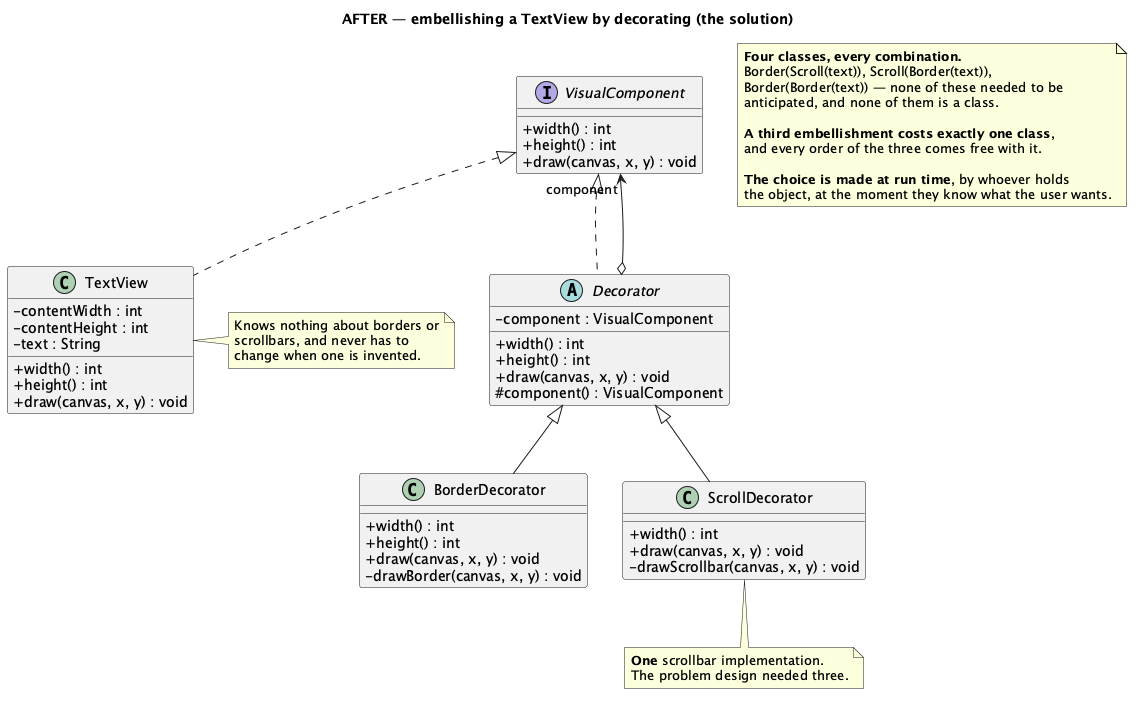
The PlantUML diagram src/main/java/dev/kaldiroglu/dp/structural/decorator/gof/visual/solution/uml/Decorator-Visual-Solution.png in kaldiroglu/DesignPatternsWithJava, before a commit. Its diagram source:
```plantuml
@startuml Decorator-Visual-Solution
skinparam classAttributeIconSize 0
title AFTER — embellishing a TextView by decorating (the solution)

interface VisualComponent {
  + width() : int
  + height() : int
  + draw(canvas, x, y) : void
}

class TextView {
  - contentWidth : int
  - contentHeight : int
  - text : String
  + width() : int
  + height() : int
  + draw(canvas, x, y) : void
}

abstract class Decorator {
  - component : VisualComponent
  + width() : int
  + height() : int
  + draw(canvas, x, y) : void
  # component() : VisualComponent
}

class BorderDecorator {
  + width() : int
  + height() : int
  + draw(canvas, x, y) : void
  - drawBorder(canvas, x, y) : void
}

class ScrollDecorator {
  + width() : int
  + draw(canvas, x, y) : void
  - drawScrollbar(canvas, x, y) : void
}

VisualComponent <|.. TextView
VisualComponent <|.. Decorator
Decorator o--> "component" VisualComponent
Decorator <|-- BorderDecorator
Decorator <|-- ScrollDecorator

note right of TextView
  Knows nothing about borders or
  scrollbars, and never has to
  change when one is invented.
end note

note bottom of ScrollDecorator
  **One** scrollbar implementation.
  The problem design needed three.
end note

note as N1
  **Four classes, every combination.**
  Border(Scroll(text)), Scroll(Border(text)),
  Border(Border(text)) — none of these needed to be
  anticipated, and none of them is a class.

  **A third embellishment costs exactly one class**,
  and every order of the three comes free with it.

  **The choice is made at run time**, by whoever holds
  the object, at the moment they know what the user wants.
end note

@enduml
```
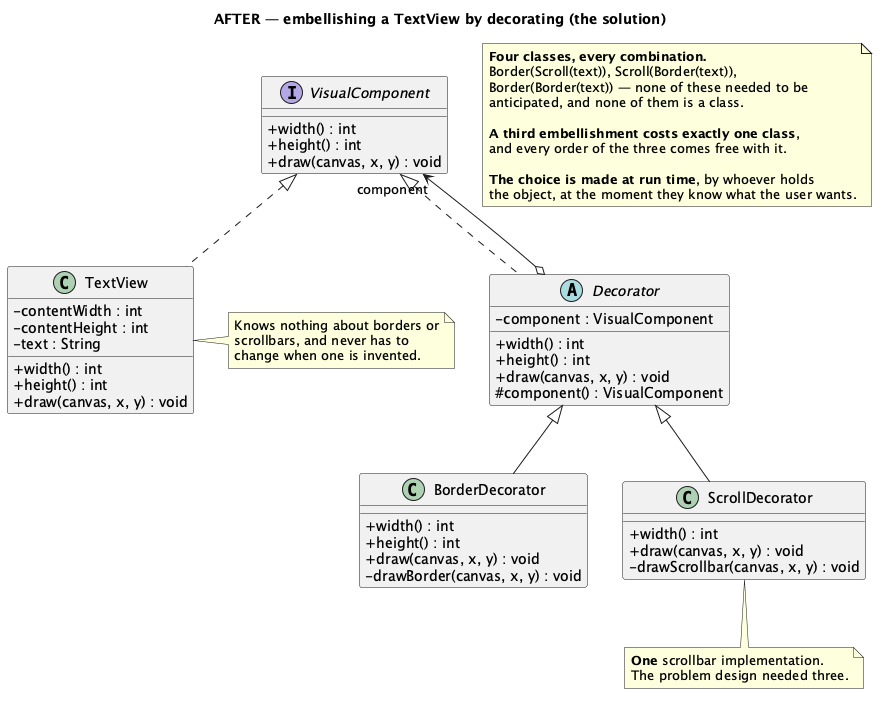
After the change.

What changed in the source:
```diff
@@ -1,4 +1,5 @@
-@startuml Decorator-Visual-Solution
+@startuml
+skinparam linetype polyline
 skinparam classAttributeIconSize 0
 title AFTER — embellishing a TextView by decorating (the solution)
 
@@ -40,7 +41,6 @@
 
 VisualComponent <|.. TextView
 VisualComponent <|.. Decorator
-Decorator o--> "component" VisualComponent
 Decorator <|-- BorderDecorator
 Decorator <|-- ScrollDecorator
 
@@ -68,4 +68,5 @@
   the object, at the moment they know what the user wants.
 end note
 
+Decorator o-[norank]-> "component" VisualComponent
 @enduml
```
